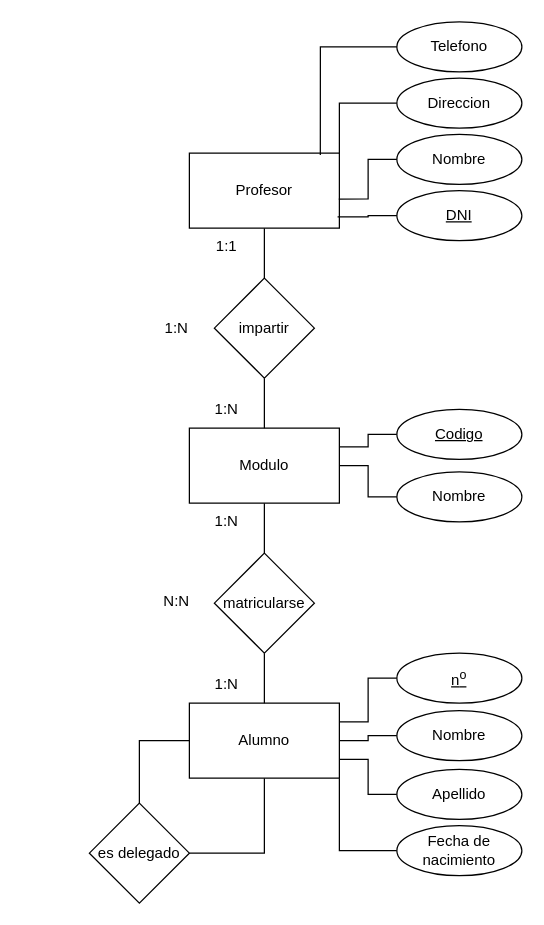
OxideVanadium/base_de_datos keeps this draw.io diagram as Unidad_1/Tareas/Tarea_5/Profesorado.drawio. Above is the earlier version. Source tidied: cells renumbered, new cells numbered last; positions are measured from the earlier drawing's top-left corner, leaving out a move shared by most shapes. Both pictures are drawn from the tidied source at 125%, with x=0, y=0 at pixel (89, 21).
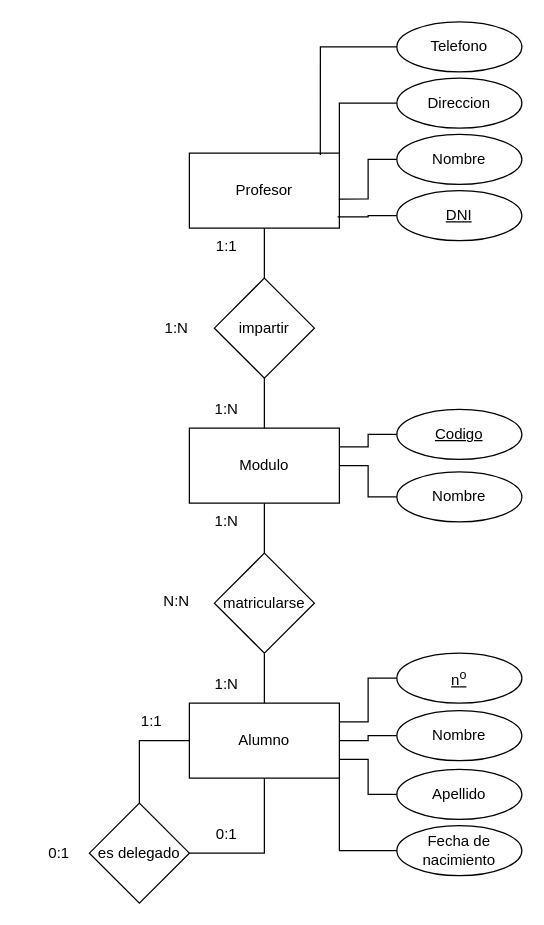
The same page after the edit.

Change to the diagram source:
```diff
@@
+    <mxCell id="40" value="1:1" style="text;html=1;strokeColor=none;fillColor=none;align=center;verticalAlign=middle;whiteSpace=wrap;rounded=0;" parent="1" vertex="1">
+      <mxGeometry x="20" y="545" width="60" height="30" as="geometry" />
+    </mxCell>
+    <mxCell id="41" value="0:1" style="text;html=1;strokeColor=none;fillColor=none;align=center;verticalAlign=middle;whiteSpace=wrap;rounded=0;" parent="1" vertex="1">
+      <mxGeometry x="80" y="635" width="60" height="30" as="geometry" />
+    </mxCell>
+    <mxCell id="42" value="0:1" style="text;html=1;strokeColor=none;fillColor=none;align=center;verticalAlign=middle;whiteSpace=wrap;rounded=0;" parent="1" vertex="1">
+      <mxGeometry x="-54" y="650" width="60" height="30" as="geometry" />
+    </mxCell>
```
